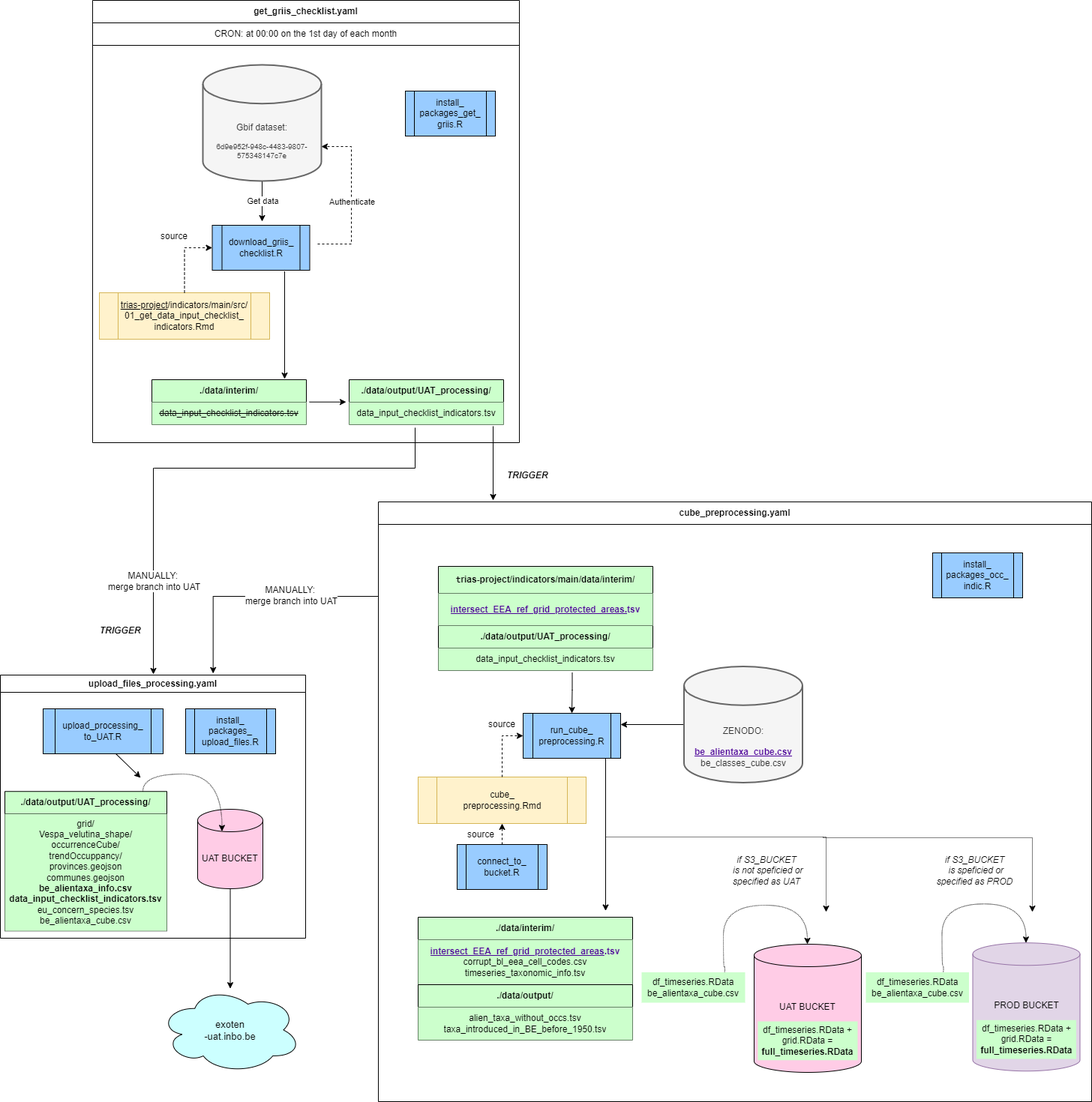
Above: docs/aspbo_flows-get_griis_checklist_upload_indicators_preprocessing.drawio.png in inbo/aspbo (draw.io), before the change. Source tidied: cells renumbered, new cells last; positions are measured from the earlier drawing's top-left corner, leaving out a move shared by most shapes.
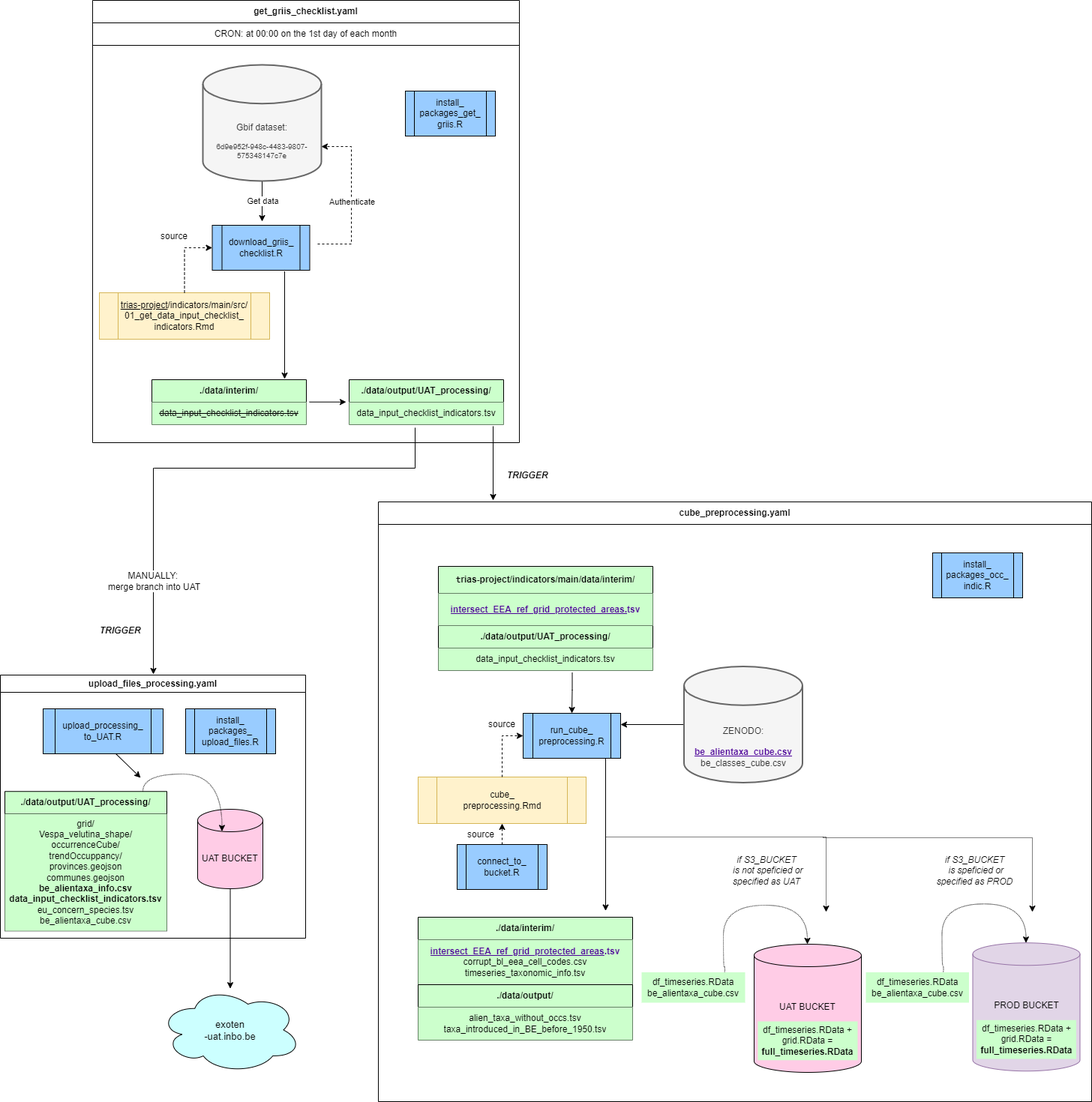
Later version of the same file.

What changed in the source:
```diff
@@ -275,16 +275,6 @@
         <mxPoint x="657" y="568" as="targetPoint" />
       </mxGeometry>
     </mxCell>
-    <mxCell id="67" style="edgeStyle=orthogonalEdgeStyle;rounded=0;jettySize=auto;html=1;entryX=0.697;entryY=-0.006;entryDx=0;entryDy=0;entryPerimeter=0;" parent="1" edge="1" source="32" target="20">
-      <mxGeometry relative="1" as="geometry">
-        <Array as="points">
-          <mxPoint x="284" y="795" />
-        </Array>
-      </mxGeometry>
-    </mxCell>
-    <mxCell id="68" value="&lt;font style=&quot;font-size: 12px;&quot;&gt;MANUALLY:&amp;nbsp;&lt;/font&gt;&lt;div style=&quot;font-size: 12px;&quot;&gt;&lt;font style=&quot;font-size: 12px;&quot;&gt;merge branch into UAT&lt;/font&gt;&lt;/div&gt;" style="edgeLabel;html=1;align=center;verticalAlign=middle;" parent="1" vertex="1">
-      <mxGeometry x="387" y="793" as="geometry" />
-    </mxCell>
     <mxCell id="69" value="&lt;font style=&quot;font-size: 13px;&quot;&gt;exoten&lt;/font&gt;&lt;div style=&quot;font-size: 13px;&quot;&gt;&lt;font style=&quot;font-size: 13px;&quot;&gt;-uat.inbo.be&lt;/font&gt;&lt;/div&gt;" style="ellipse;shape=cloud;whiteSpace=wrap;html=1;fillColor=#CCFFFF;" parent="1" vertex="1">
       <mxGeometry x="212" y="1316" width="189" height="115" as="geometry" />
     </mxCell>
```
